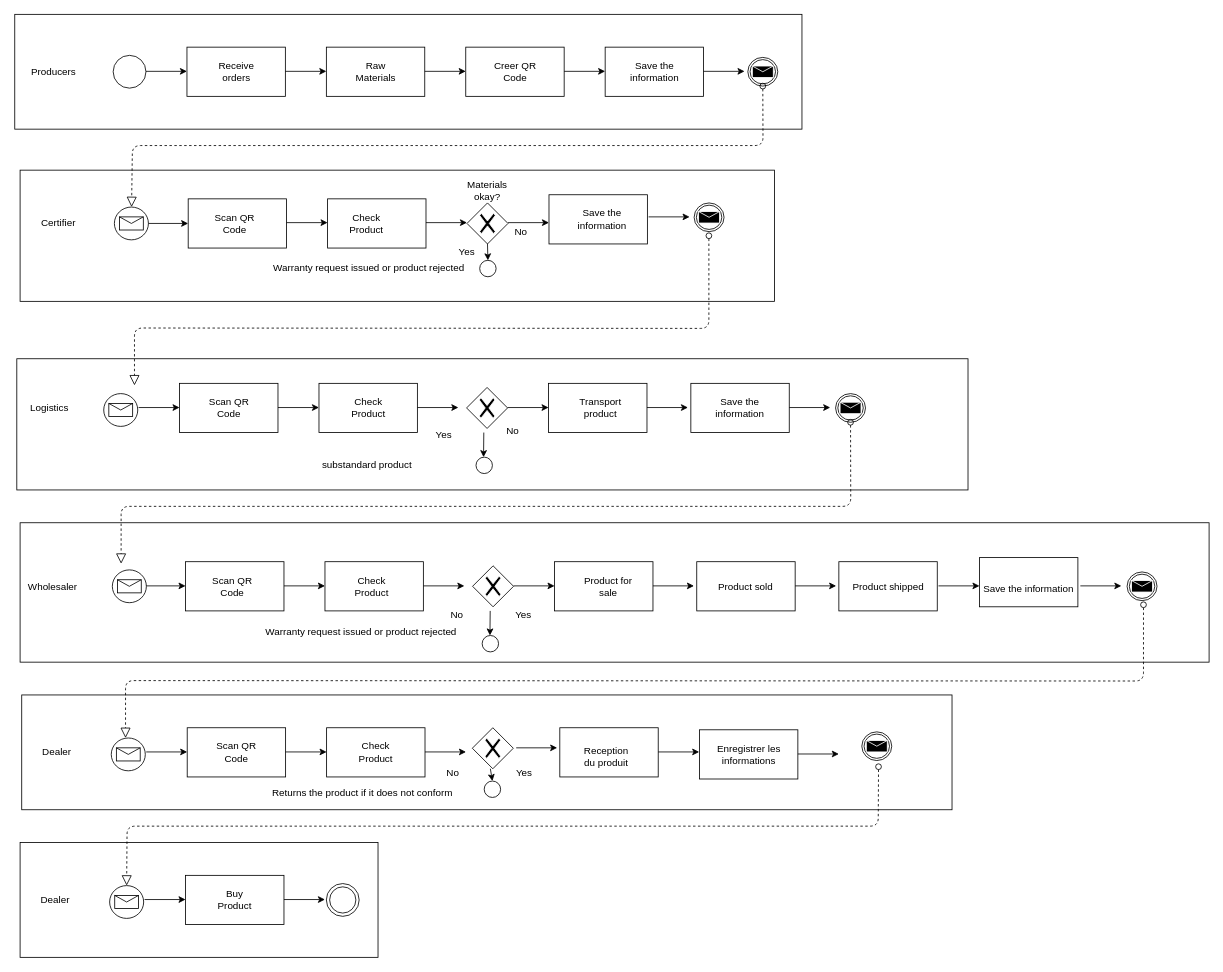
loosker95/Diagramme-de-colaboration keeps this draw.io diagram as Untitled Diagram.drawio. Above is the earlier version. Source tidied: cells renumbered, new cells numbered last; positions are measured from the earlier drawing's top-left corner, leaving out a move shared by most shapes. Both pictures are drawn from the tidied source at 82%, with x=0, y=0 at pixel (15, 14).
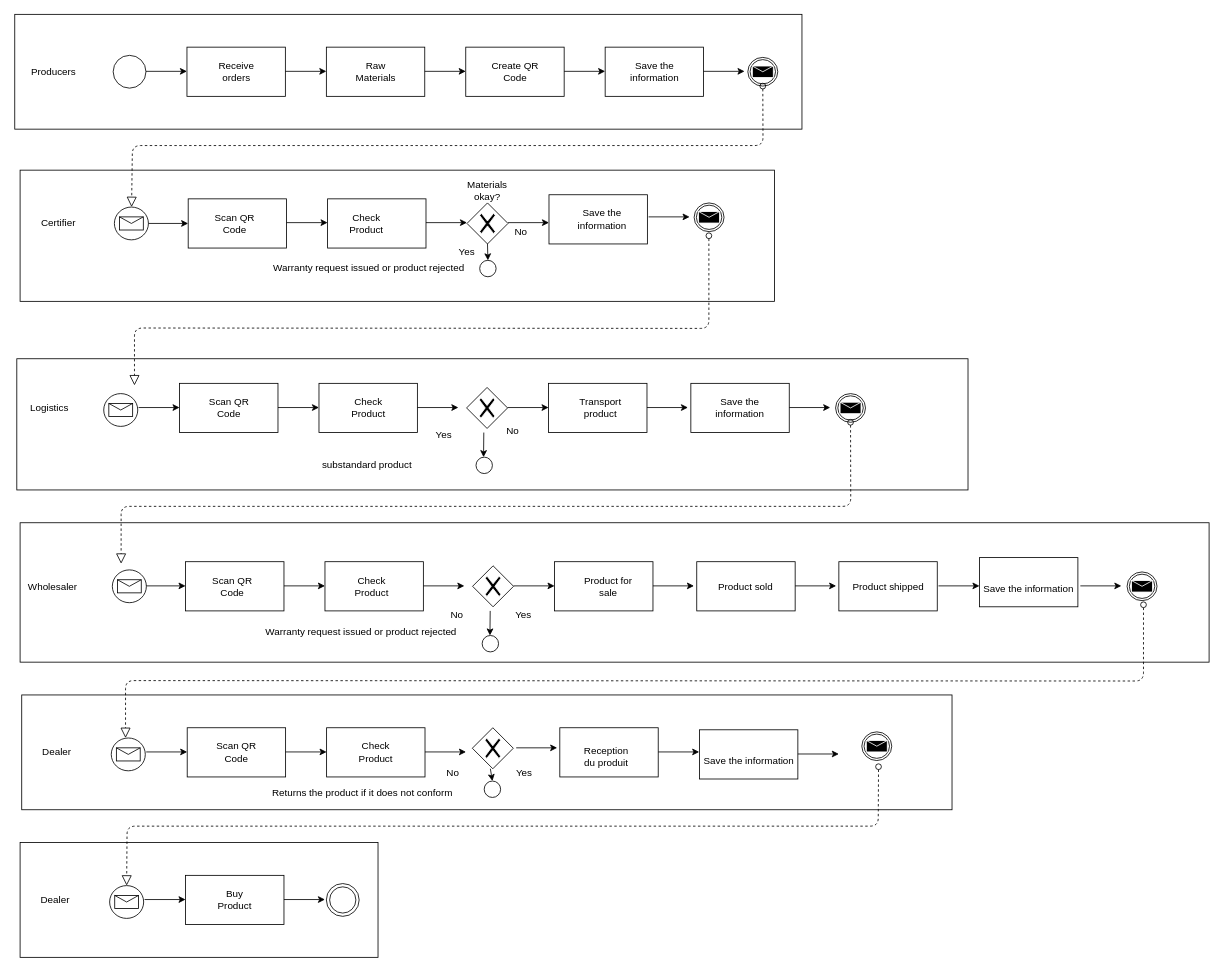
The same page after the edit.

Change to the diagram source:
```diff
@@
-    <mxCell id="55" value="Creer QR Code" style="text;html=1;strokeColor=none;fillColor=none;align=center;verticalAlign=middle;whiteSpace=wrap;rounded=0;" parent="1" vertex="1">
+    <mxCell id="55" value="Create QR Code" style="text;html=1;strokeColor=none;fillColor=none;align=center;verticalAlign=middle;whiteSpace=wrap;rounded=0;" parent="1" vertex="1">
       <mxGeometry x="579.5" y="60" width="60" height="20" as="geometry" />
     </mxCell>
@@
-    <mxCell id="84" value="Enregistrer les informations" style="rounded=0;whiteSpace=wrap;html=1;" parent="1" vertex="1">
+    <mxCell id="84" value="&lt;br&gt;&lt;br&gt;&lt;div&gt;&lt;font face=&quot;helvetica&quot;&gt;Save the information&lt;/font&gt;&lt;/div&gt;&lt;div&gt;&lt;br&gt;&lt;/div&gt;" style="rounded=0;whiteSpace=wrap;html=1;" parent="1" vertex="1">
       <mxGeometry x="834.5" y="872.5" width="120" height="60" as="geometry" />
     </mxCell>
```
